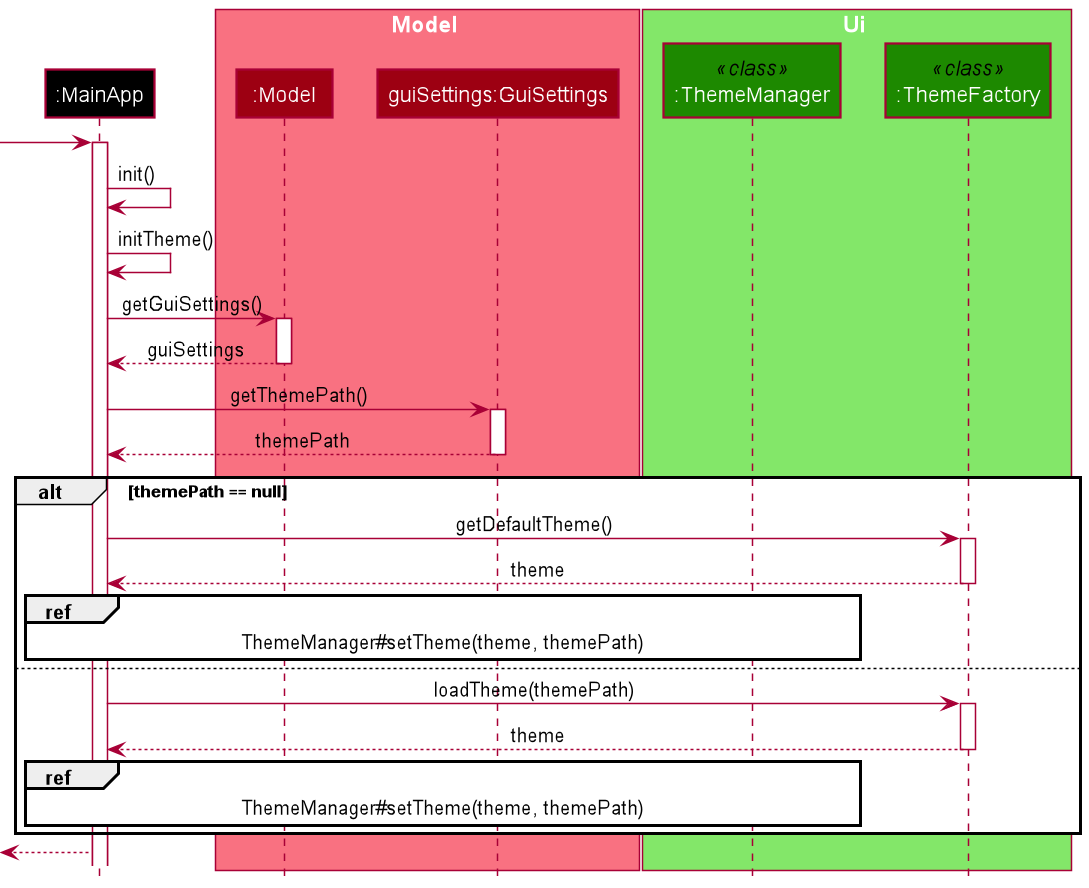
Before: docs/images/ThemeInitializationSequenceDiagram.png, a diagram exported from PlantUML (nus-cs2103-AY2021S2/tp). Its diagram source:
```plantuml
@startuml
!include style.puml


participant ":MainApp" as MainApp USER_COLOR

box Model MODEL_COLOR_T1
participant ":Model" as Model MODEL_COLOR
participant "guiSettings:GuiSettings" as GuiSettings MODEL_COLOR
end box

box Ui UI_COLOR_T1
participant ":ThemeManager" as ThemeManager << class >> UI_COLOR
participant ":ThemeFactory" as ThemeFactory << class >> UI_COLOR
end box

[->  MainApp:

activate MainApp

MainApp -> MainApp : init()

MainApp -> MainApp : initTheme()

MainApp -> Model : getGuiSettings()

activate Model

Model --> MainApp : guiSettings

deactivate Model

MainApp -> GuiSettings : getThemePath()

activate GuiSettings

GuiSettings --> MainApp : themePath

deactivate GuiSettings

alt themePath == null

    MainApp -> ThemeFactory : getDefaultTheme()

    activate ThemeFactory

    ThemeFactory --> MainApp : theme

    deactivate ThemeFactory

    ref over MainApp, ThemeManager : ThemeManager#setTheme(theme, themePath)
else
    MainApp -> ThemeFactory : loadTheme(themePath)

    activate ThemeFactory

    ThemeFactory --> MainApp : theme

    deactivate ThemeFactory

    ref over MainApp, ThemeManager : ThemeManager#setTheme(theme, themePath)
end

[<-- MainApp

@enduml
```
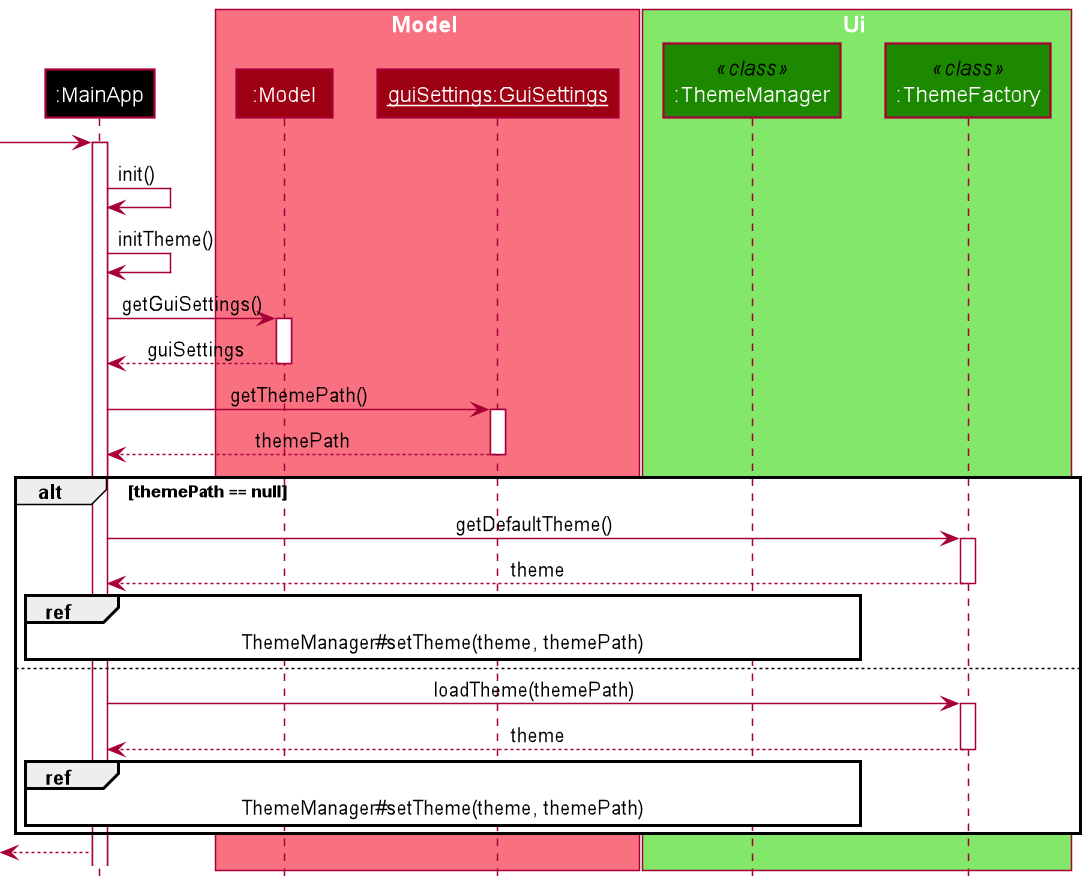
The same file after the commit.

Change to the diagram source:
```diff
@@ -6,7 +6,7 @@
 
 box Model MODEL_COLOR_T1
 participant ":Model" as Model MODEL_COLOR
-participant "guiSettings:GuiSettings" as GuiSettings MODEL_COLOR
+participant "__guiSettings:GuiSettings__" as GuiSettings MODEL_COLOR
 end box
 
 box Ui UI_COLOR_T1
```
